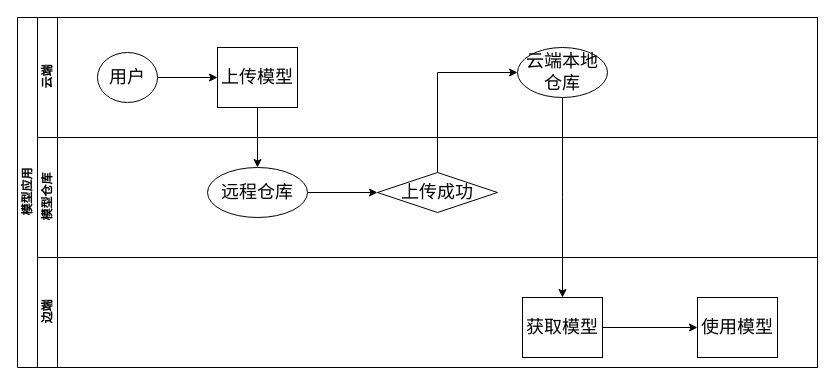
Above: page "Page-1" (2 of 7) of 未命名绘图.drawio in duanxr1112/files (draw.io), before the change. Source tidied: cells renumbered, new cells numbered last; positions are measured from the earlier drawing's top-left corner, leaving out a move shared by most shapes. Both pictures are drawn from the tidied source at 100%, with x=0, y=0 at pixel (17, 17).
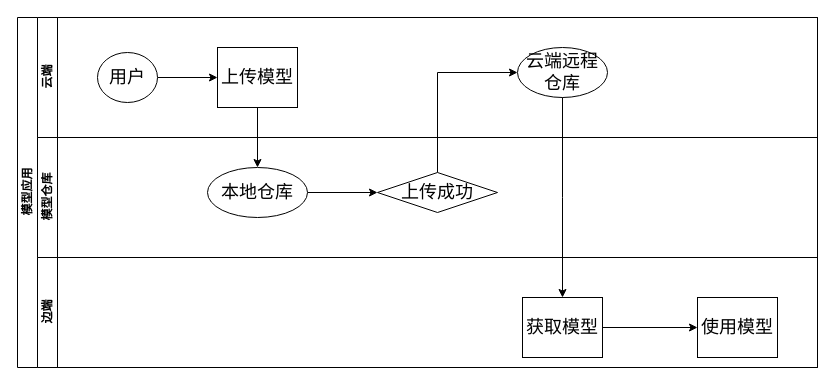
Above is the later version.

The edit, as a diff of the source:
```diff
@@
 <mxGraphModel>
   <root>
     <mxCell id="0" />
     <mxCell id="1" parent="0" />
     <mxCell id="2" value="模型应用" style="swimlane;html=1;horizontal=0;startSize=20;" parent="1" vertex="1">
       <mxGeometry width="800" height="350" as="geometry" />
     </mxCell>
     <mxCell id="3" value="云端" style="swimlane;html=1;startSize=20;horizontal=0;" parent="2" vertex="1">
       <mxGeometry x="20" width="780" height="120" as="geometry" />
     </mxCell>
     <mxCell id="4" style="edgeStyle=orthogonalEdgeStyle;rounded=0;jettySize=auto;html=1;" parent="3" edge="1" source="5" target="6">
       <mxGeometry relative="1" as="geometry" />
     </mxCell>
     <mxCell id="5" value="&lt;font style=&quot;font-size: 18px&quot;&gt;用户&lt;/font&gt;" style="ellipse;whiteSpace=wrap;html=1;" parent="3" vertex="1">
       <mxGeometry x="60" y="35" width="60" height="50" as="geometry" />
     </mxCell>
     <mxCell id="6" value="&lt;font style=&quot;font-size: 18px&quot;&gt;上传模型&lt;/font&gt;" style="rounded=0;whiteSpace=wrap;html=1;fontFamily=Helvetica;fontSize=12;fontColor=#000000;align=center;" parent="3" vertex="1">
       <mxGeometry x="180" y="30" width="80" height="60" as="geometry" />
     </mxCell>
-    <mxCell id="7" value="&lt;span&gt;&lt;font style=&quot;font-size: 18px&quot;&gt;云端本地仓库&lt;/font&gt;&lt;/span&gt;" style="ellipse;whiteSpace=wrap;html=1;" parent="3" vertex="1">
+    <mxCell id="7" value="&lt;span&gt;&lt;font style=&quot;font-size: 18px&quot;&gt;云端远程仓库&lt;/font&gt;&lt;/span&gt;" style="ellipse;whiteSpace=wrap;html=1;" parent="3" vertex="1">
       <mxGeometry x="480" y="30" width="90" height="50" as="geometry" />
     </mxCell>
     <mxCell id="8" style="edgeStyle=orthogonalEdgeStyle;rounded=0;jettySize=auto;html=1;" parent="2" edge="1" source="6" target="14">
       <mxGeometry relative="1" as="geometry" />
     </mxCell>
     <mxCell id="9" style="edgeStyle=orthogonalEdgeStyle;rounded=0;jettySize=auto;html=1;exitX=0.5;exitY=0;exitDx=0;exitDy=0;entryX=0;entryY=0.5;entryDx=0;entryDy=0;" parent="2" edge="1" source="12" target="7">
       <mxGeometry relative="1" as="geometry" />
     </mxCell>
     <mxCell id="10" style="edgeStyle=orthogonalEdgeStyle;rounded=0;jettySize=auto;html=1;entryX=0.5;entryY=0;entryDx=0;entryDy=0;" parent="2" edge="1" source="7">
       <mxGeometry relative="1" as="geometry">
         <mxPoint x="545" y="280" as="targetPoint" />
       </mxGeometry>
     </mxCell>
     <mxCell id="11" value="模型仓库" style="swimlane;html=1;startSize=20;horizontal=0;" parent="2" vertex="1">
       <mxGeometry x="20" y="120" width="780" height="120" as="geometry" />
     </mxCell>
     <mxCell id="12" value="&lt;font style=&quot;font-size: 18px&quot;&gt;上传成功&lt;/font&gt;" style="rhombus;whiteSpace=wrap;html=1;fontFamily=Helvetica;fontSize=12;fontColor=#000000;align=center;" parent="11" vertex="1">
       <mxGeometry x="340" y="35" width="120" height="40" as="geometry" />
     </mxCell>
     <mxCell id="13" style="edgeStyle=orthogonalEdgeStyle;rounded=0;jettySize=auto;html=1;" parent="11" edge="1" source="14" target="12">
       <mxGeometry relative="1" as="geometry" />
     </mxCell>
-    <mxCell id="14" value="&lt;span&gt;&lt;font style=&quot;font-size: 18px&quot;&gt;远程仓库&lt;/font&gt;&lt;/span&gt;" style="ellipse;whiteSpace=wrap;html=1;" parent="11" vertex="1">
+    <mxCell id="14" value="&lt;span&gt;&lt;font style=&quot;font-size: 18px&quot;&gt;本地仓库&lt;/font&gt;&lt;/span&gt;" style="ellipse;whiteSpace=wrap;html=1;" parent="11" vertex="1">
       <mxGeometry x="170" y="30" width="100" height="50" as="geometry" />
     </mxCell>
     <mxCell id="15" value="边端" style="swimlane;html=1;startSize=20;horizontal=0;" parent="2" vertex="1">
       <mxGeometry x="20" y="240" width="780" height="110" as="geometry" />
     </mxCell>
     <mxCell id="16" style="edgeStyle=orthogonalEdgeStyle;rounded=0;jettySize=auto;html=1;fontFamily=Helvetica;fontSize=26;fontColor=none;" parent="15" edge="1" source="17" target="18">
       <mxGeometry relative="1" as="geometry" />
     </mxCell>
     <mxCell id="17" value="&lt;font style=&quot;font-size: 18px&quot;&gt;获取模型&lt;/font&gt;" style="rounded=0;whiteSpace=wrap;html=1;fontFamily=Helvetica;fontSize=12;fontColor=#000000;align=center;" parent="15" vertex="1">
       <mxGeometry x="485" y="40" width="80" height="60" as="geometry" />
     </mxCell>
     <mxCell id="18" value="&lt;span style=&quot;font-size: 18px&quot;&gt;使用模型&lt;/span&gt;" style="rounded=0;whiteSpace=wrap;html=1;fontFamily=Helvetica;fontSize=12;fontColor=#000000;align=center;" parent="15" vertex="1">
       <mxGeometry x="660" y="40" width="80" height="60" as="geometry" />
     </mxCell>
   </root>
 </mxGraphModel>
```
